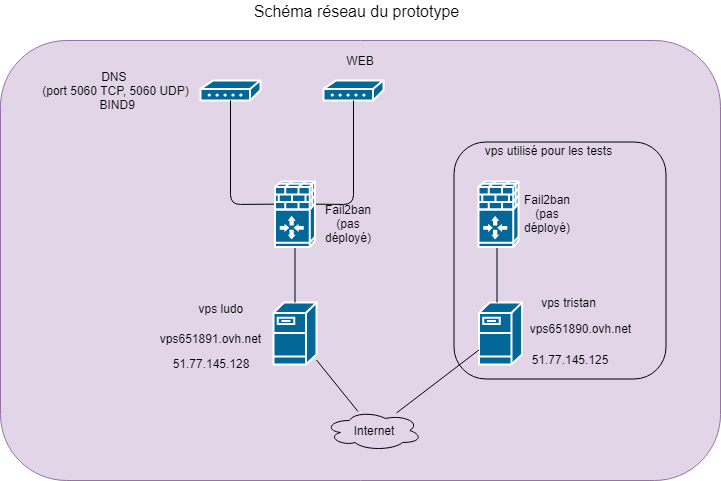
robinp12/Projet-Admin keeps this draw.io diagram as schémas/WoodyToysVps.png. Above is the earlier version. Source tidied: cells renumbered, new cells last; positions are measured from the earlier drawing's top-left corner, leaving out a move shared by most shapes.
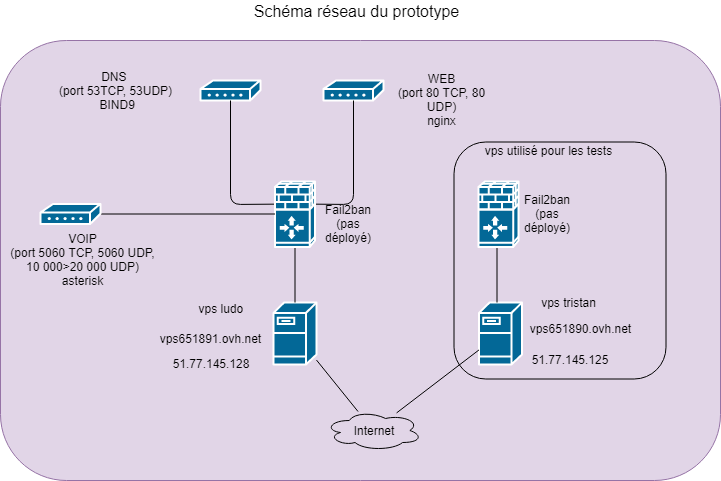
The same file after the commit.

What changed in the source:
```diff
@@ -42,11 +42,11 @@
     <mxCell id="10" value="vps tristan" style="text;html=1;strokeColor=none;fillColor=none;align=center;verticalAlign=middle;whiteSpace=wrap;rounded=0;" parent="1" vertex="1">
       <mxGeometry x="528" y="292" width="80" height="20" as="geometry" />
     </mxCell>
-    <mxCell id="11" value="DNS &lt;br&gt;(port 5060 TCP, 5060 UDP)&lt;br&gt;&amp;nbsp;BIND9" style="text;html=1;strokeColor=none;fillColor=none;align=center;verticalAlign=middle;whiteSpace=wrap;rounded=0;" parent="1" vertex="1">
+    <mxCell id="11" value="DNS &lt;br&gt;(port 53TCP, 53UDP)&lt;br&gt;&amp;nbsp;BIND9" style="text;html=1;strokeColor=none;fillColor=none;align=center;verticalAlign=middle;whiteSpace=wrap;rounded=0;" parent="1" vertex="1">
       <mxGeometry x="40" y="60" width="150" height="60" as="geometry" />
     </mxCell>
-    <mxCell id="12" value="WEB" style="text;html=1;strokeColor=none;fillColor=none;align=center;verticalAlign=middle;whiteSpace=wrap;rounded=0;" parent="1" vertex="1">
-      <mxGeometry x="340" y="50" width="40" height="20" as="geometry" />
+    <mxCell id="12" value="WEB&lt;br&gt;(port 80 TCP, 80 UDP)&lt;br&gt;nginx&lt;br&gt;" style="text;html=1;strokeColor=none;fillColor=none;align=center;verticalAlign=middle;whiteSpace=wrap;rounded=0;" parent="1" vertex="1">
+      <mxGeometry x="383" y="50" width="117" height="100" as="geometry" />
     </mxCell>
     <mxCell id="13" value="Fail2ban (pas déployé)" style="text;html=1;strokeColor=none;fillColor=none;align=center;verticalAlign=middle;whiteSpace=wrap;rounded=0;" parent="1" vertex="1">
       <mxGeometry x="323" y="213.5" width="50" height="20" as="geometry" />
@@ -101,5 +101,14 @@
     <mxCell id="29" value="Internet" style="text;html=1;strokeColor=none;fillColor=none;align=center;verticalAlign=middle;whiteSpace=wrap;rounded=0;" parent="1" vertex="1">
       <mxGeometry x="353" y="420" width="40" height="20" as="geometry" />
     </mxCell>
+    <mxCell id="30" style="endArrow=none;html=1;" parent="1" edge="1" source="31" target="22">
+      <mxGeometry relative="1" as="geometry" />
+    </mxCell>
+    <mxCell id="31" style="shape=mxgraph.cisco.modems_and_phones.modem;html=1;dashed=0;fillColor=#036897;strokeColor=#ffffff;strokeWidth=2;verticalLabelPosition=bottom;verticalAlign=top;align=center;outlineConnect=0;" parent="1" vertex="1">
+      <mxGeometry x="40" y="203.5" width="60" height="20" as="geometry" />
+    </mxCell>
+    <mxCell id="32" value="VOIP&lt;br&gt;(port 5060 TCP, 5060 UDP, 10 000&amp;gt;20 000 UDP)&lt;br&gt;asterisk&lt;br&gt;" style="text;html=1;strokeColor=none;fillColor=none;align=center;verticalAlign=middle;whiteSpace=wrap;rounded=0;" parent="1" vertex="1">
+      <mxGeometry x="5" y="250" width="155" height="20" as="geometry" />
+    </mxCell>
   </root>
 </mxGraphModel>
```
